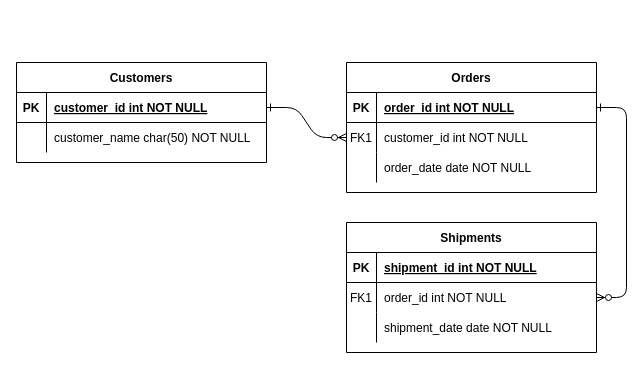
alexrsunrise/diagrams keeps this draw.io diagram as PIM Stores ERD.drawio. Above is the earlier version. Source tidied: cells renumbered, new cells numbered last; positions are measured from the earlier drawing's top-left corner, leaving out a move shared by most shapes. Both pictures are drawn from the tidied source at 100%, with x=0, y=0 at pixel (16, 62).
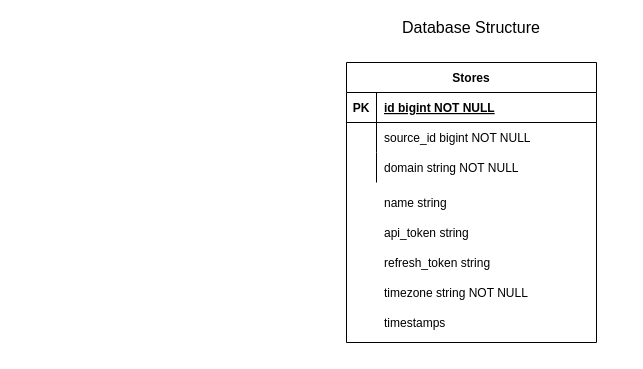
The same page after the edit.

The change refers to these unchanged cells:
```xml
<mxCell id="5" style="shape=partialRectangle;fillColor=none;points=[[0,0.5],[1,0.5]];portConstraint=eastwest;top=0;left=0;right=0;bottom=1;" parent="4" vertex="1">
  <mxGeometry y="30" width="250" height="30" as="geometry" />
</mxCell>
<mxCell id="8" style="shape=partialRectangle;fillColor=none;points=[[0,0.5],[1,0.5]];portConstraint=eastwest;top=0;left=0;right=0;bottom=0;" parent="4" vertex="1">
  <mxGeometry y="60" width="250" height="30" as="geometry" />
</mxCell>
<mxCell id="11" style="shape=partialRectangle;fillColor=none;top=0;left=0;right=0;bottom=0;" parent="4" vertex="1">
  <mxGeometry y="90" width="250" height="30" as="geometry" />
</mxCell>
```

Change to the diagram source:
```diff
@@
-    <mxCell id="2" style="edgeStyle=entityRelationEdgeStyle;endArrow=ERzeroToMany;startArrow=ERone;endFill=1;startFill=0;" parent="1" edge="1" source="25" target="8">
-      <mxGeometry relative="1" as="geometry" />
-    </mxCell>
-    <mxCell id="3" style="edgeStyle=entityRelationEdgeStyle;endArrow=ERzeroToMany;startArrow=ERone;endFill=1;startFill=0;" parent="1" edge="1" source="5" target="18">
-      <mxGeometry relative="1" as="geometry" />
-    </mxCell>
-    <mxCell id="4" value="Orders" style="shape=table;startSize=30;childLayout=tableLayout;rowLines=0;fontStyle=1;align=center;" parent="1" vertex="1">
-      <mxGeometry x="330" width="250" height="130" as="geometry" />
+    <mxCell id="4" value="Stores" style="shape=table;startSize=30;childLayout=tableLayout;rowLines=0;fontStyle=1;align=center;" parent="1" vertex="1">
+      <mxGeometry x="330" width="250" height="280" as="geometry" />
     </mxCell>
@@
-    <mxCell id="7" value="order_id int NOT NULL " style="shape=partialRectangle;overflow=hidden;fillColor=none;top=0;left=0;bottom=0;right=0;align=left;spacingLeft=6;fontStyle=5;" parent="5" vertex="1">
+    <mxCell id="7" value="id bigint NOT NULL" style="shape=partialRectangle;overflow=hidden;fillColor=none;top=0;left=0;bottom=0;right=0;align=left;spacingLeft=6;fontStyle=5;" parent="5" vertex="1">
       <mxGeometry x="30" width="220" height="30" as="geometry" />
     </mxCell>
@@
-    <mxCell id="9" value="FK1" style="shape=partialRectangle;overflow=hidden;fillColor=none;top=0;left=0;bottom=0;right=0;" parent="8" vertex="1">
+    <mxCell id="9" style="shape=partialRectangle;overflow=hidden;fillColor=none;top=0;left=0;bottom=0;right=0;" parent="8" vertex="1">
       <mxGeometry width="30" height="30" as="geometry" />
     </mxCell>
-    <mxCell id="10" value="customer_id int NOT NULL" style="shape=partialRectangle;overflow=hidden;fillColor=none;top=0;left=0;bottom=0;right=0;align=left;spacingLeft=6;" parent="8" vertex="1">
+    <mxCell id="10" value="source_id bigint NOT NULL" style="shape=partialRectangle;overflow=hidden;fillColor=none;top=0;left=0;bottom=0;right=0;align=left;spacingLeft=6;" parent="8" vertex="1">
       <mxGeometry x="30" width="220" height="30" as="geometry" />
     </mxCell>
@@
-    <mxCell id="13" value="order_date date NOT NULL" style="shape=partialRectangle;overflow=hidden;fillColor=none;top=0;left=0;bottom=0;right=0;align=left;spacingLeft=6;" parent="11" vertex="1">
+    <mxCell id="13" value="domain string NOT NULL" style="shape=partialRectangle;overflow=hidden;fillColor=none;top=0;left=0;bottom=0;right=0;align=left;spacingLeft=6;" parent="11" vertex="1">
       <mxGeometry x="30" width="220" height="30" as="geometry" />
     </mxCell>
-    <mxCell id="14" value="Shipments" style="shape=table;startSize=30;childLayout=tableLayout;rowLines=0;fontStyle=1;align=center;" parent="1" vertex="1">
-      <mxGeometry x="330" y="160" width="250" height="130" as="geometry" />
-    </mxCell>
-    <mxCell id="15" style="shape=partialRectangle;fillColor=none;top=0;left=0;right=0;bottom=1;" parent="14" vertex="1">
-      <mxGeometry y="30" width="250" height="30" as="geometry" />
-    </mxCell>
-    <mxCell id="16" value="PK" style="shape=partialRectangle;overflow=hidden;fillColor=none;top=0;left=0;bottom=0;right=0;fontStyle=1;" parent="15" vertex="1">
-      <mxGeometry width="30" height="30" as="geometry" />
-    </mxCell>
-    <mxCell id="17" value="shipment_id int NOT NULL " style="shape=partialRectangle;overflow=hidden;fillColor=none;top=0;left=0;bottom=0;right=0;align=left;spacingLeft=6;fontStyle=5;" parent="15" vertex="1">
-      <mxGeometry x="30" width="220" height="30" as="geometry" />
-    </mxCell>
-    <mxCell id="18" style="shape=partialRectangle;fillColor=none;points=[[0,0.5],[1,0.5]];portConstraint=eastwest;top=0;left=0;right=0;bottom=0;" parent="14" vertex="1">
-      <mxGeometry y="60" width="250" height="30" as="geometry" />
-    </mxCell>
-    <mxCell id="19" value="FK1" style="shape=partialRectangle;overflow=hidden;fillColor=none;top=0;left=0;bottom=0;right=0;" parent="18" vertex="1">
-      <mxGeometry width="30" height="30" as="geometry" />
-    </mxCell>
-    <mxCell id="20" value="order_id int NOT NULL" style="shape=partialRectangle;overflow=hidden;fillColor=none;top=0;left=0;bottom=0;right=0;align=left;spacingLeft=6;" parent="18" vertex="1">
-      <mxGeometry x="30" width="220" height="30" as="geometry" />
-    </mxCell>
-    <mxCell id="21" style="shape=partialRectangle;fillColor=none;top=0;left=0;right=0;bottom=0;" parent="14" vertex="1">
-      <mxGeometry y="90" width="250" height="30" as="geometry" />
-    </mxCell>
-    <mxCell id="22" style="shape=partialRectangle;overflow=hidden;fillColor=none;top=0;left=0;bottom=0;right=0;" parent="21" vertex="1">
-      <mxGeometry width="30" height="30" as="geometry" />
-    </mxCell>
-    <mxCell id="23" value="shipment_date date NOT NULL" style="shape=partialRectangle;overflow=hidden;fillColor=none;top=0;left=0;bottom=0;right=0;align=left;spacingLeft=6;" parent="21" vertex="1">
-      <mxGeometry x="30" width="220" height="30" as="geometry" />
-    </mxCell>
-    <mxCell id="24" value="Customers" style="shape=table;startSize=30;childLayout=tableLayout;rowLines=0;fontStyle=1;align=center;" parent="1" vertex="1">
-      <mxGeometry width="250" height="100" as="geometry" />
-    </mxCell>
-    <mxCell id="25" style="shape=partialRectangle;fillColor=none;points=[[0,0.5],[1,0.5]];portConstraint=eastwest;top=0;left=0;right=0;bottom=1;" parent="24" vertex="1">
-      <mxGeometry y="30" width="250" height="30" as="geometry" />
-    </mxCell>
-    <mxCell id="26" value="PK" style="shape=partialRectangle;overflow=hidden;fillColor=none;top=0;left=0;bottom=0;right=0;fontStyle=1;" parent="25" vertex="1">
-      <mxGeometry width="30" height="30" as="geometry" />
-    </mxCell>
-    <mxCell id="27" value="customer_id int NOT NULL " style="shape=partialRectangle;overflow=hidden;fillColor=none;top=0;left=0;bottom=0;right=0;align=left;spacingLeft=6;fontStyle=5;" parent="25" vertex="1">
-      <mxGeometry x="30" width="220" height="30" as="geometry" />
-    </mxCell>
-    <mxCell id="28" style="shape=partialRectangle;fillColor=none;top=0;left=0;right=0;bottom=0;" parent="24" vertex="1">
-      <mxGeometry y="60" width="250" height="30" as="geometry" />
-    </mxCell>
-    <mxCell id="29" style="shape=partialRectangle;overflow=hidden;fillColor=none;top=0;left=0;bottom=0;right=0;" parent="28" vertex="1">
-      <mxGeometry width="30" height="30" as="geometry" />
-    </mxCell>
-    <mxCell id="30" value="customer_name char(50) NOT NULL" style="shape=partialRectangle;overflow=hidden;fillColor=none;top=0;left=0;bottom=0;right=0;align=left;spacingLeft=6;" parent="28" vertex="1">
-      <mxGeometry x="30" width="220" height="30" as="geometry" />
-    </mxCell>
+    <mxCell id="31" value="&lt;font style=&quot;font-size: 16px&quot;&gt;Database Structure&lt;/font&gt;" style="text;html=1;strokeColor=none;fillColor=none;align=center;verticalAlign=middle;whiteSpace=wrap;rounded=0;" parent="1" vertex="1">
+      <mxGeometry x="380" y="-45" width="150" height="20" as="geometry" />
+    </mxCell>
+    <mxCell id="32" value="name string" style="shape=partialRectangle;overflow=hidden;fillColor=none;top=0;left=0;bottom=0;right=0;align=left;spacingLeft=6;" parent="1" vertex="1">
+      <mxGeometry x="360" y="125" width="220" height="30" as="geometry" />
+    </mxCell>
+    <mxCell id="33" value="api_token string " style="shape=partialRectangle;overflow=hidden;fillColor=none;top=0;left=0;bottom=0;right=0;align=left;spacingLeft=6;" parent="1" vertex="1">
+      <mxGeometry x="360" y="155" width="220" height="30" as="geometry" />
+    </mxCell>
+    <mxCell id="34" value="refresh_token string" style="shape=partialRectangle;overflow=hidden;fillColor=none;top=0;left=0;bottom=0;right=0;align=left;spacingLeft=6;" parent="1" vertex="1">
+      <mxGeometry x="360" y="185" width="220" height="30" as="geometry" />
+    </mxCell>
+    <mxCell id="35" value="timezone string NOT NULL" style="shape=partialRectangle;overflow=hidden;fillColor=none;top=0;left=0;bottom=0;right=0;align=left;spacingLeft=6;" parent="1" vertex="1">
+      <mxGeometry x="360" y="215" width="220" height="30" as="geometry" />
+    </mxCell>
+    <mxCell id="36" value="timestamps" style="shape=partialRectangle;overflow=hidden;fillColor=none;top=0;left=0;bottom=0;right=0;align=left;spacingLeft=6;" parent="1" vertex="1">
+      <mxGeometry x="360" y="245" width="220" height="30" as="geometry" />
+    </mxCell>
```
